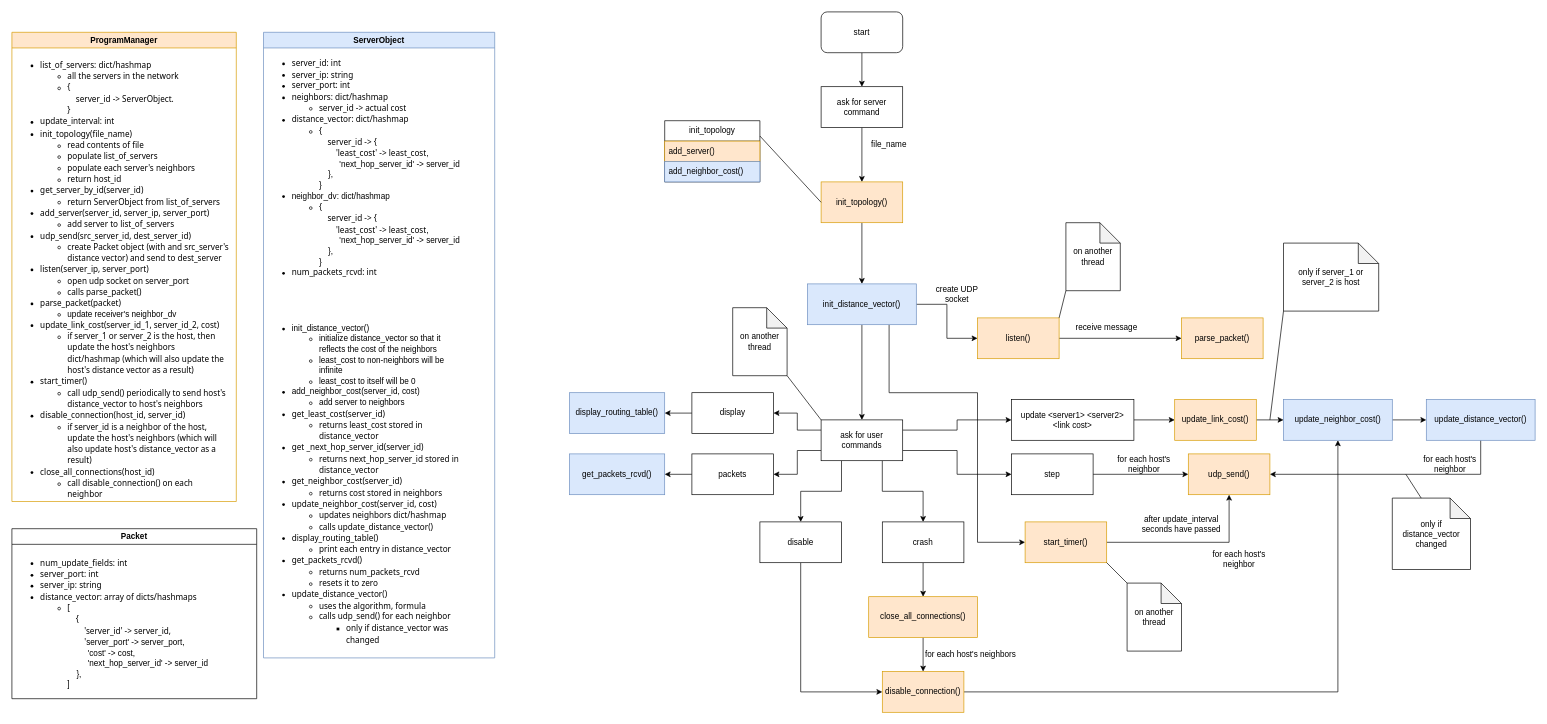
This is pa2.drawio from ntrllog/Distance-Vector-Routing, a draw.io file, before an edit. Source tidied: cells renumbered, new cells numbered last; positions are measured from the earlier drawing's top-left corner, leaving out a move shared by most shapes. Both pictures are drawn from the tidied source at 68%, with x=0, y=0 at pixel (12, 12).
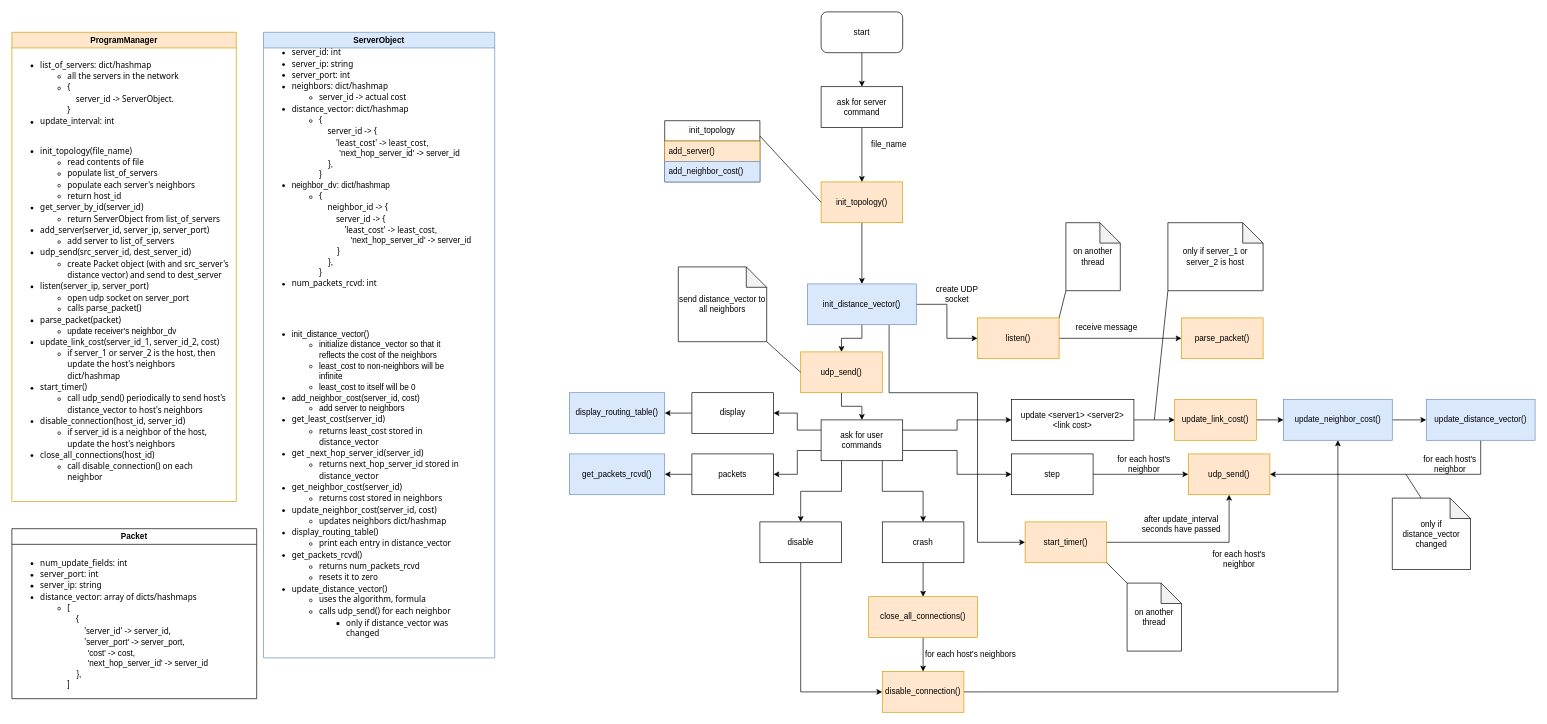
After the change.

Commit message (it also covers changes not shown here):
update diagram (ask for user input on main thread, send distance vector to neighbors, don't call update_distance_vector() inside update_neighbor_cost())

The change refers to these unchanged cells:
```xml
<mxCell id="2" value="ProgramManager" style="swimlane;whiteSpace=wrap;html=1;fillColor=#ffe6cc;strokeColor=#d79b00;" parent="1" vertex="1">
  <mxGeometry y="30" width="330" height="690" as="geometry" />
</mxCell>
<mxCell id="5" value="ServerObject" style="swimlane;whiteSpace=wrap;html=1;fillColor=#dae8fc;strokeColor=#6c8ebf;" parent="1" vertex="1">
  <mxGeometry x="370" y="30" width="340" height="920" as="geometry" />
</mxCell>
<mxCell id="17" value="init_distance_vector()" style="rounded=0;whiteSpace=wrap;html=1;fillColor=#dae8fc;strokeColor=#6c8ebf;" parent="1" vertex="1">
  <mxGeometry x="1170" y="400" width="160" height="60" as="geometry" />
</mxCell>
<mxCell id="28" value="ask for user commands" style="rounded=0;whiteSpace=wrap;html=1;" parent="1" vertex="1">
  <mxGeometry x="1190" y="600" width="120" height="60" as="geometry" />
</mxCell>
```

The edit, as a diff of the source:
```diff
@@
-    <mxCell id="4" value="&lt;p style=&quot;line-height: 130%;&quot;&gt;&lt;/p&gt;&lt;div align=&quot;left&quot;&gt;&lt;ul style=&quot;line-height: 130%;&quot;&gt;&lt;li&gt;&lt;font face=&quot;Tahoma&quot;&gt;init_topology(file_name)&lt;br&gt;&lt;/font&gt;&lt;/li&gt;&lt;ul style=&quot;line-height: 130%;&quot;&gt;&lt;li style=&quot;border-color: var(--border-color);&quot;&gt;&lt;font style=&quot;border-color: var(--border-color);&quot; face=&quot;Tahoma&quot;&gt;read contents of file&lt;/font&gt;&lt;/li&gt;&lt;li&gt;&lt;font face=&quot;Tahoma&quot;&gt;populate list_of_servers&lt;/font&gt;&lt;/li&gt;&lt;li&gt;&lt;font face=&quot;Tahoma&quot;&gt;populate each server's neighbors&lt;/font&gt;&lt;/li&gt;&lt;li&gt;&lt;font face=&quot;Tahoma&quot;&gt;return host_id&lt;/font&gt;&lt;/li&gt;&lt;/ul&gt;&lt;li&gt;&lt;font face=&quot;Tahoma&quot;&gt;get_server_by_id(server_id)&lt;/font&gt;&lt;/li&gt;&lt;ul&gt;&lt;li&gt;&lt;font face=&quot;Tahoma&quot;&gt;return ServerObject from list_of_servers&lt;/font&gt;&lt;/li&gt;&lt;/ul&gt;&lt;li&gt;&lt;font face=&quot;Tahoma&quot;&gt;add_server(server_id, server_ip, server_port)&lt;/font&gt;&lt;/li&gt;&lt;ul&gt;&lt;li&gt;&lt;font face=&quot;Tahoma&quot;&gt;add server to list_of_servers&lt;/font&gt;&lt;/li&gt;&lt;/ul&gt;&lt;li&gt;&lt;font face=&quot;Tahoma&quot;&gt;udp_send(src_server_id, dest_server_id)&lt;/font&gt;&lt;/li&gt;&lt;ul&gt;&lt;li&gt;&lt;font face=&quot;Tahoma&quot;&gt;create Packet object (with and src_server's distance vector) and send to dest_server&lt;/font&gt;&lt;/li&gt;&lt;/ul&gt;&lt;li&gt;&lt;font face=&quot;Tahoma&quot;&gt;listen(server_ip, server_port)&lt;/font&gt;&lt;/li&gt;&lt;ul&gt;&lt;li&gt;&lt;font face=&quot;Tahoma&quot;&gt;open udp socket on server_port&lt;/font&gt;&lt;/li&gt;&lt;li&gt;&lt;font face=&quot;Tahoma&quot;&gt;calls parse_packet()&lt;/font&gt;&lt;/li&gt;&lt;/ul&gt;&lt;li&gt;&lt;font face=&quot;Tahoma&quot;&gt;parse_packet(packet)&lt;/font&gt;&lt;/li&gt;&lt;ul&gt;&lt;li&gt;update receiver's neighbor_dv&lt;/li&gt;&lt;/ul&gt;&lt;li&gt;&lt;font face=&quot;Tahoma&quot;&gt;update_link_cost(server_id_1, server_id_2, cost)&lt;/font&gt;&lt;/li&gt;&lt;ul&gt;&lt;li&gt;&lt;font face=&quot;Tahoma&quot;&gt;if server_1 or server_2 is the host, then update the host's neighbors dict/hashmap (which will also update the host's distance vector as a result)&lt;/font&gt;&lt;/li&gt;&lt;/ul&gt;&lt;li&gt;&lt;font face=&quot;Tahoma&quot;&gt;start_timer()&lt;/font&gt;&lt;/li&gt;&lt;ul&gt;&lt;li&gt;&lt;font face=&quot;Tahoma&quot;&gt;call udp_send() periodically to send host's distance_vector to host's neighbors&lt;/font&gt;&lt;/li&gt;&lt;/ul&gt;&lt;li&gt;&lt;font face=&quot;Tahoma&quot;&gt;disable_connection(host_id, server_id)&lt;/font&gt;&lt;/li&gt;&lt;ul&gt;&lt;li&gt;&lt;font face=&quot;Tahoma&quot;&gt;if server_id is a neighbor of the host, update the host's neighbors (which will also update host's distance_vector as a result)&lt;/font&gt;&lt;/li&gt;&lt;/ul&gt;&lt;li&gt;&lt;font face=&quot;Tahoma&quot;&gt;close_all_connections(host_id)&lt;/font&gt;&lt;/li&gt;&lt;ul&gt;&lt;li&gt;&lt;font face=&quot;Tahoma&quot;&gt;call disable_connection() on each neighbor&lt;/font&gt;&lt;/li&gt;&lt;/ul&gt;&lt;/ul&gt;&lt;/div&gt;&lt;p&gt;&lt;/p&gt;" style="text;html=1;strokeColor=none;fillColor=none;align=left;verticalAlign=middle;whiteSpace=wrap;rounded=0;" parent="2" vertex="1">
+    <mxCell id="4" value="&lt;p style=&quot;line-height: 130%;&quot;&gt;&lt;/p&gt;&lt;div align=&quot;left&quot;&gt;&lt;ul style=&quot;line-height: 130%;&quot;&gt;&lt;li&gt;&lt;font face=&quot;Tahoma&quot;&gt;init_topology(file_name)&lt;br&gt;&lt;/font&gt;&lt;/li&gt;&lt;ul style=&quot;line-height: 130%;&quot;&gt;&lt;li style=&quot;border-color: var(--border-color);&quot;&gt;&lt;font style=&quot;border-color: var(--border-color);&quot; face=&quot;Tahoma&quot;&gt;read contents of file&lt;/font&gt;&lt;/li&gt;&lt;li&gt;&lt;font face=&quot;Tahoma&quot;&gt;populate list_of_servers&lt;/font&gt;&lt;/li&gt;&lt;li&gt;&lt;font face=&quot;Tahoma&quot;&gt;populate each server's neighbors&lt;/font&gt;&lt;/li&gt;&lt;li&gt;&lt;font face=&quot;Tahoma&quot;&gt;return host_id&lt;/font&gt;&lt;/li&gt;&lt;/ul&gt;&lt;li&gt;&lt;font face=&quot;Tahoma&quot;&gt;get_server_by_id(server_id)&lt;/font&gt;&lt;/li&gt;&lt;ul&gt;&lt;li&gt;&lt;font face=&quot;Tahoma&quot;&gt;return ServerObject from list_of_servers&lt;/font&gt;&lt;/li&gt;&lt;/ul&gt;&lt;li&gt;&lt;font face=&quot;Tahoma&quot;&gt;add_server(server_id, server_ip, server_port)&lt;/font&gt;&lt;/li&gt;&lt;ul&gt;&lt;li&gt;&lt;font face=&quot;Tahoma&quot;&gt;add server to list_of_servers&lt;/font&gt;&lt;/li&gt;&lt;/ul&gt;&lt;li&gt;&lt;font face=&quot;Tahoma&quot;&gt;udp_send(src_server_id, dest_server_id)&lt;/font&gt;&lt;/li&gt;&lt;ul&gt;&lt;li&gt;&lt;font face=&quot;Tahoma&quot;&gt;create Packet object (with and src_server's distance vector) and send to dest_server&lt;/font&gt;&lt;/li&gt;&lt;/ul&gt;&lt;li&gt;&lt;font face=&quot;Tahoma&quot;&gt;listen(server_ip, server_port)&lt;/font&gt;&lt;/li&gt;&lt;ul&gt;&lt;li&gt;&lt;font face=&quot;Tahoma&quot;&gt;open udp socket on server_port&lt;/font&gt;&lt;/li&gt;&lt;li&gt;&lt;font face=&quot;Tahoma&quot;&gt;calls parse_packet()&lt;/font&gt;&lt;/li&gt;&lt;/ul&gt;&lt;li&gt;&lt;font face=&quot;Tahoma&quot;&gt;parse_packet(packet)&lt;/font&gt;&lt;/li&gt;&lt;ul&gt;&lt;li&gt;update receiver's neighbor_dv&lt;/li&gt;&lt;/ul&gt;&lt;li&gt;&lt;font face=&quot;Tahoma&quot;&gt;update_link_cost(server_id_1, server_id_2, cost)&lt;/font&gt;&lt;/li&gt;&lt;ul&gt;&lt;li&gt;&lt;font face=&quot;Tahoma&quot;&gt;if server_1 or server_2 is the host, then update the host's neighbors dict/hashmap&lt;/font&gt;&lt;/li&gt;&lt;/ul&gt;&lt;li&gt;&lt;font face=&quot;Tahoma&quot;&gt;start_timer()&lt;/font&gt;&lt;/li&gt;&lt;ul&gt;&lt;li&gt;&lt;font face=&quot;Tahoma&quot;&gt;call udp_send() periodically to send host's distance_vector to host's neighbors&lt;/font&gt;&lt;/li&gt;&lt;/ul&gt;&lt;li&gt;&lt;font face=&quot;Tahoma&quot;&gt;disable_connection(host_id, server_id)&lt;/font&gt;&lt;/li&gt;&lt;ul&gt;&lt;li&gt;&lt;font face=&quot;Tahoma&quot;&gt;if server_id is a neighbor of the host, update the host's neighbors&lt;/font&gt;&lt;/li&gt;&lt;/ul&gt;&lt;li&gt;&lt;font face=&quot;Tahoma&quot;&gt;close_all_connections(host_id)&lt;/font&gt;&lt;/li&gt;&lt;ul&gt;&lt;li&gt;&lt;font face=&quot;Tahoma&quot;&gt;call disable_connection() on each neighbor&lt;/font&gt;&lt;/li&gt;&lt;/ul&gt;&lt;/ul&gt;&lt;/div&gt;&lt;p&gt;&lt;/p&gt;" style="text;html=1;strokeColor=none;fillColor=none;align=left;verticalAlign=middle;whiteSpace=wrap;rounded=0;" parent="2" vertex="1">
       <mxGeometry y="150" width="320" height="530" as="geometry" />
     </mxCell>
@@
-    <mxCell id="6" value="&lt;p style=&quot;line-height: 120%;&quot;&gt;&lt;/p&gt;&lt;div align=&quot;left&quot;&gt;&lt;ul style=&quot;line-height: 130%;&quot;&gt;&lt;li&gt;&lt;font face=&quot;Tahoma&quot;&gt;server_id: int&lt;/font&gt;&lt;/li&gt;&lt;li&gt;&lt;font face=&quot;Tahoma&quot;&gt;server_ip: string&lt;/font&gt;&lt;/li&gt;&lt;li&gt;&lt;font face=&quot;Tahoma&quot;&gt;server_port: int&lt;/font&gt;&lt;/li&gt;&lt;li&gt;&lt;font face=&quot;Tahoma&quot;&gt;neighbors: dict/hashmap&lt;/font&gt;&lt;/li&gt;&lt;ul style=&quot;line-height: 130%;&quot;&gt;&lt;li&gt;&lt;font face=&quot;Tahoma&quot;&gt;server_id -&amp;gt; actual cost&lt;/font&gt;&lt;/li&gt;&lt;/ul&gt;&lt;li&gt;&lt;font face=&quot;Tahoma&quot;&gt;distance_vector: dict/hashmap&lt;/font&gt;&lt;/li&gt;&lt;ul style=&quot;line-height: 130%;&quot;&gt;&lt;li&gt;&lt;font face=&quot;Tahoma&quot;&gt;{&lt;br&gt;&amp;nbsp; &amp;nbsp; server_id -&amp;gt; {&lt;br&gt;&amp;nbsp; &amp;nbsp; &amp;nbsp; &amp;nbsp; 'least_cost' -&amp;gt; least_cost&lt;/font&gt;,&lt;br&gt;&amp;nbsp; &amp;nbsp; &amp;nbsp; &amp;nbsp; &amp;nbsp;'next_hop_server_id' -&amp;gt; server_id&lt;br&gt;&amp;nbsp; &amp;nbsp; },&lt;br&gt;}&lt;/li&gt;&lt;/ul&gt;&lt;li&gt;neighbor_dv: dict/hashmap&lt;/li&gt;&lt;ul&gt;&lt;li style=&quot;border-color: var(--border-color);&quot;&gt;&lt;font style=&quot;border-color: var(--border-color);&quot; face=&quot;Tahoma&quot;&gt;{&lt;br style=&quot;border-color: var(--border-color);&quot;&gt;&amp;nbsp; &amp;nbsp; server_id -&amp;gt; {&lt;br style=&quot;border-color: var(--border-color);&quot;&gt;&amp;nbsp; &amp;nbsp; &amp;nbsp; &amp;nbsp; 'least_cost' -&amp;gt; least_cost&lt;/font&gt;,&lt;br style=&quot;border-color: var(--border-color);&quot;&gt;&amp;nbsp; &amp;nbsp; &amp;nbsp; &amp;nbsp; &amp;nbsp;'next_hop_server_id' -&amp;gt; server_id&lt;br style=&quot;border-color: var(--border-color);&quot;&gt;&amp;nbsp; &amp;nbsp; },&lt;br style=&quot;border-color: var(--border-color);&quot;&gt;}&lt;/li&gt;&lt;/ul&gt;&lt;li&gt;&lt;font face=&quot;Tahoma&quot;&gt;num_packets_rcvd: int&lt;/font&gt;&lt;/li&gt;&lt;/ul&gt;&lt;/div&gt;&lt;p&gt;&lt;/p&gt;" style="text;html=1;strokeColor=none;fillColor=none;align=left;verticalAlign=middle;whiteSpace=wrap;rounded=0;" parent="5" vertex="1">
+    <mxCell id="6" value="&lt;p style=&quot;line-height: 120%;&quot;&gt;&lt;/p&gt;&lt;div align=&quot;left&quot;&gt;&lt;ul style=&quot;line-height: 130%;&quot;&gt;&lt;li&gt;&lt;font face=&quot;Tahoma&quot;&gt;server_id: int&lt;/font&gt;&lt;/li&gt;&lt;li&gt;&lt;font face=&quot;Tahoma&quot;&gt;server_ip: string&lt;/font&gt;&lt;/li&gt;&lt;li&gt;&lt;font face=&quot;Tahoma&quot;&gt;server_port: int&lt;/font&gt;&lt;/li&gt;&lt;li&gt;&lt;font face=&quot;Tahoma&quot;&gt;neighbors: dict/hashmap&lt;/font&gt;&lt;/li&gt;&lt;ul style=&quot;line-height: 130%;&quot;&gt;&lt;li&gt;&lt;font face=&quot;Tahoma&quot;&gt;server_id -&amp;gt; actual cost&lt;/font&gt;&lt;/li&gt;&lt;/ul&gt;&lt;li&gt;&lt;font face=&quot;Tahoma&quot;&gt;distance_vector: dict/hashmap&lt;/font&gt;&lt;/li&gt;&lt;ul style=&quot;line-height: 130%;&quot;&gt;&lt;li&gt;&lt;font face=&quot;Tahoma&quot;&gt;{&lt;br&gt;&amp;nbsp; &amp;nbsp; server_id -&amp;gt; {&lt;br&gt;&amp;nbsp; &amp;nbsp; &amp;nbsp; &amp;nbsp; 'least_cost' -&amp;gt; least_cost&lt;/font&gt;,&lt;br&gt;&amp;nbsp; &amp;nbsp; &amp;nbsp; &amp;nbsp; &amp;nbsp;'next_hop_server_id' -&amp;gt; server_id&lt;br&gt;&amp;nbsp; &amp;nbsp; },&lt;br&gt;}&lt;/li&gt;&lt;/ul&gt;&lt;li&gt;neighbor_dv: dict/hashmap&lt;/li&gt;&lt;ul&gt;&lt;li style=&quot;border-color: var(--border-color);&quot;&gt;&lt;font style=&quot;border-color: var(--border-color);&quot; face=&quot;Tahoma&quot;&gt;{&lt;br style=&quot;border-color: var(--border-color);&quot;&gt;&amp;nbsp; &amp;nbsp; neighbor_id -&amp;gt; {&lt;br&gt;&amp;nbsp; &amp;nbsp; &amp;nbsp; &amp;nbsp; server_id -&amp;gt; {&lt;br style=&quot;border-color: var(--border-color);&quot;&gt;&amp;nbsp; &amp;nbsp; &amp;nbsp; &amp;nbsp; &amp;nbsp; &amp;nbsp; 'least_cost' -&amp;gt; least_cost&lt;/font&gt;,&lt;br style=&quot;border-color: var(--border-color);&quot;&gt;&amp;nbsp; &amp;nbsp; &amp;nbsp; &amp;nbsp; &amp;nbsp; &amp;nbsp; &amp;nbsp; 'next_hop_server_id' -&amp;gt; server_id&lt;br&gt;&amp;nbsp; &amp;nbsp; &amp;nbsp; &amp;nbsp; }&lt;br style=&quot;border-color: var(--border-color);&quot;&gt;&amp;nbsp; &amp;nbsp; },&lt;br style=&quot;border-color: var(--border-color);&quot;&gt;}&lt;/li&gt;&lt;/ul&gt;&lt;li&gt;&lt;font face=&quot;Tahoma&quot;&gt;num_packets_rcvd: int&lt;/font&gt;&lt;/li&gt;&lt;/ul&gt;&lt;/div&gt;&lt;p&gt;&lt;/p&gt;" style="text;html=1;strokeColor=none;fillColor=none;align=left;verticalAlign=middle;whiteSpace=wrap;rounded=0;" parent="5" vertex="1">
       <mxGeometry y="30" width="340" height="340" as="geometry" />
     </mxCell>
-    <mxCell id="7" value="&lt;p style=&quot;line-height: 100%;&quot;&gt;&lt;/p&gt;&lt;div style=&quot;line-height: 130%;&quot; align=&quot;left&quot;&gt;&lt;ul style=&quot;line-height: 130%;&quot;&gt;&lt;li&gt;init_distance_vector()&lt;/li&gt;&lt;ul&gt;&lt;li&gt;initialize distance_vector so that it reflects the cost of the neighbors&lt;/li&gt;&lt;li&gt;least_cost to non-neighbors will be infinite&lt;/li&gt;&lt;li&gt;least_cost to itself will be 0&lt;/li&gt;&lt;/ul&gt;&lt;li&gt;add_neighbor_cost(server_id, cost)&lt;/li&gt;&lt;ul&gt;&lt;li&gt;add server to neighbors&lt;/li&gt;&lt;/ul&gt;&lt;li&gt;&lt;font face=&quot;Tahoma&quot;&gt;get_least_cost(server_id)&lt;/font&gt;&lt;/li&gt;&lt;ul style=&quot;line-height: 130%;&quot;&gt;&lt;li&gt;&lt;font face=&quot;Tahoma&quot;&gt;returns least_cost stored in distance_vector&lt;/font&gt;&lt;/li&gt;&lt;/ul&gt;&lt;li&gt;&lt;font face=&quot;Tahoma&quot;&gt;get _next_hop_server_id(server_id)&lt;/font&gt;&lt;/li&gt;&lt;ul&gt;&lt;li style=&quot;border-color: var(--border-color);&quot;&gt;&lt;font style=&quot;border-color: var(--border-color);&quot; face=&quot;Tahoma&quot;&gt;returns next_hop_server_id stored in distance_vector&lt;/font&gt;&lt;/li&gt;&lt;/ul&gt;&lt;li&gt;&lt;font face=&quot;Tahoma&quot;&gt;get_neighbor_cost(server_id)&lt;/font&gt;&lt;/li&gt;&lt;ul&gt;&lt;li&gt;&lt;font face=&quot;Tahoma&quot;&gt;returns cost stored in neighbors&lt;/font&gt;&lt;/li&gt;&lt;/ul&gt;&lt;li&gt;&lt;font face=&quot;Tahoma&quot;&gt;update_neighbor_cost(server_id, cost)&lt;/font&gt;&lt;/li&gt;&lt;ul&gt;&lt;li&gt;&lt;font face=&quot;Tahoma&quot;&gt;updates neighbors dict/hashmap&lt;br&gt;&lt;/font&gt;&lt;/li&gt;&lt;li&gt;&lt;font face=&quot;Tahoma&quot;&gt;calls update_distance_vector()&lt;/font&gt;&lt;/li&gt;&lt;/ul&gt;&lt;li&gt;&lt;font face=&quot;Tahoma&quot;&gt;display_routing_table()&lt;/font&gt;&lt;/li&gt;&lt;ul&gt;&lt;li&gt;&lt;font face=&quot;Tahoma&quot;&gt;print each entry in distance_vector&lt;/font&gt;&lt;/li&gt;&lt;/ul&gt;&lt;li&gt;&lt;font face=&quot;Tahoma&quot;&gt;get_packets_rcvd()&lt;/font&gt;&lt;/li&gt;&lt;ul&gt;&lt;li&gt;&lt;font face=&quot;Tahoma&quot;&gt;returns num_packets_rcvd&lt;/font&gt;&lt;/li&gt;&lt;li&gt;&lt;font face=&quot;Tahoma&quot;&gt;resets it to zero&lt;/font&gt;&lt;/li&gt;&lt;/ul&gt;&lt;li&gt;&lt;font face=&quot;Tahoma&quot;&gt;update_distance_vector()&lt;/font&gt;&lt;/li&gt;&lt;ul&gt;&lt;li&gt;&lt;font face=&quot;Tahoma&quot;&gt;uses the algorithm, formula&lt;/font&gt;&lt;/li&gt;&lt;li&gt;&lt;font face=&quot;Tahoma&quot;&gt;calls udp_send() for each neighbor&lt;/font&gt;&lt;/li&gt;&lt;ul&gt;&lt;li&gt;&lt;font face=&quot;Tahoma&quot;&gt;only if distance_vector was changed&lt;/font&gt;&lt;/li&gt;&lt;/ul&gt;&lt;/ul&gt;&lt;/ul&gt;&lt;/div&gt;&lt;p&gt;&lt;/p&gt;" style="text;html=1;strokeColor=none;fillColor=none;align=left;verticalAlign=middle;whiteSpace=wrap;rounded=0;" parent="5" vertex="1">
+    <mxCell id="7" value="&lt;p style=&quot;line-height: 100%;&quot;&gt;&lt;/p&gt;&lt;div style=&quot;line-height: 130%;&quot; align=&quot;left&quot;&gt;&lt;ul style=&quot;line-height: 130%;&quot;&gt;&lt;li&gt;init_distance_vector()&lt;/li&gt;&lt;ul&gt;&lt;li&gt;initialize distance_vector so that it reflects the cost of the neighbors&lt;/li&gt;&lt;li&gt;least_cost to non-neighbors will be infinite&lt;/li&gt;&lt;li&gt;least_cost to itself will be 0&lt;/li&gt;&lt;/ul&gt;&lt;li&gt;add_neighbor_cost(server_id, cost)&lt;/li&gt;&lt;ul&gt;&lt;li&gt;add server to neighbors&lt;/li&gt;&lt;/ul&gt;&lt;li&gt;&lt;font face=&quot;Tahoma&quot;&gt;get_least_cost(server_id)&lt;/font&gt;&lt;/li&gt;&lt;ul style=&quot;line-height: 130%;&quot;&gt;&lt;li&gt;&lt;font face=&quot;Tahoma&quot;&gt;returns least_cost stored in distance_vector&lt;/font&gt;&lt;/li&gt;&lt;/ul&gt;&lt;li&gt;&lt;font face=&quot;Tahoma&quot;&gt;get _next_hop_server_id(server_id)&lt;/font&gt;&lt;/li&gt;&lt;ul&gt;&lt;li style=&quot;border-color: var(--border-color);&quot;&gt;&lt;font style=&quot;border-color: var(--border-color);&quot; face=&quot;Tahoma&quot;&gt;returns next_hop_server_id stored in distance_vector&lt;/font&gt;&lt;/li&gt;&lt;/ul&gt;&lt;li&gt;&lt;font face=&quot;Tahoma&quot;&gt;get_neighbor_cost(server_id)&lt;/font&gt;&lt;/li&gt;&lt;ul&gt;&lt;li&gt;&lt;font face=&quot;Tahoma&quot;&gt;returns cost stored in neighbors&lt;/font&gt;&lt;/li&gt;&lt;/ul&gt;&lt;li&gt;&lt;font face=&quot;Tahoma&quot;&gt;update_neighbor_cost(server_id, cost)&lt;/font&gt;&lt;/li&gt;&lt;ul&gt;&lt;li&gt;&lt;font face=&quot;Tahoma&quot;&gt;updates neighbors dict/hashmap&lt;/font&gt;&lt;/li&gt;&lt;/ul&gt;&lt;li&gt;&lt;font face=&quot;Tahoma&quot;&gt;display_routing_table()&lt;/font&gt;&lt;/li&gt;&lt;ul&gt;&lt;li&gt;&lt;font face=&quot;Tahoma&quot;&gt;print each entry in distance_vector&lt;/font&gt;&lt;/li&gt;&lt;/ul&gt;&lt;li&gt;&lt;font face=&quot;Tahoma&quot;&gt;get_packets_rcvd()&lt;/font&gt;&lt;/li&gt;&lt;ul&gt;&lt;li&gt;&lt;font face=&quot;Tahoma&quot;&gt;returns num_packets_rcvd&lt;/font&gt;&lt;/li&gt;&lt;li&gt;&lt;font face=&quot;Tahoma&quot;&gt;resets it to zero&lt;/font&gt;&lt;/li&gt;&lt;/ul&gt;&lt;li&gt;&lt;font face=&quot;Tahoma&quot;&gt;update_distance_vector()&lt;/font&gt;&lt;/li&gt;&lt;ul&gt;&lt;li&gt;&lt;font face=&quot;Tahoma&quot;&gt;uses the algorithm, formula&lt;/font&gt;&lt;/li&gt;&lt;li&gt;&lt;font face=&quot;Tahoma&quot;&gt;calls udp_send() for each neighbor&lt;/font&gt;&lt;/li&gt;&lt;ul&gt;&lt;li&gt;&lt;font face=&quot;Tahoma&quot;&gt;only if distance_vector was changed&lt;/font&gt;&lt;/li&gt;&lt;/ul&gt;&lt;/ul&gt;&lt;/ul&gt;&lt;/div&gt;&lt;p&gt;&lt;/p&gt;" style="text;html=1;strokeColor=none;fillColor=none;align=left;verticalAlign=middle;whiteSpace=wrap;rounded=0;" parent="5" vertex="1">
       <mxGeometry y="430" width="288" height="470" as="geometry" />
     </mxCell>
@@
-    <mxCell id="15" style="edgeStyle=orthogonalEdgeStyle;rounded=0;jettySize=auto;html=1;" parent="1" edge="1" source="17" target="28">
-      <mxGeometry relative="1" as="geometry" />
-    </mxCell>
@@
+    <mxCell id="79" style="edgeStyle=orthogonalEdgeStyle;rounded=0;jettySize=auto;html=1;entryX=0.5;entryY=0;entryDx=0;entryDy=0;" parent="1" edge="1" source="17" target="81">
+      <mxGeometry relative="1" as="geometry" />
+    </mxCell>
@@
-    <mxCell id="69" value="on another thread" style="shape=note;whiteSpace=wrap;html=1;backgroundOutline=1;darkOpacity=0.05;" parent="1" vertex="1">
-      <mxGeometry x="1060" y="435" width="80" height="100" as="geometry" />
-    </mxCell>
-    <mxCell id="70" style="endArrow=none;html=1;rounded=0;exitX=1;exitY=1;exitDx=0;exitDy=0;exitPerimeter=0;entryX=0;entryY=0;entryDx=0;entryDy=0;" parent="1" edge="1" source="69" target="28">
-      <mxGeometry relative="1" as="geometry" />
-    </mxCell>
@@
     <mxCell id="77" value="only if server_1 or server_2 is host" style="shape=note;whiteSpace=wrap;html=1;backgroundOutline=1;darkOpacity=0.05;" parent="1" vertex="1">
-      <mxGeometry x="1870" y="340" width="140" height="100" as="geometry" />
+      <mxGeometry x="1700" y="310" width="140" height="100" as="geometry" />
     </mxCell>
     <mxCell id="78" style="endArrow=none;html=1;rounded=0;entryX=0;entryY=1;entryDx=0;entryDy=0;entryPerimeter=0;" parent="1" edge="1" target="77">
       <mxGeometry relative="1" as="geometry">
-        <mxPoint x="1850" y="600" as="sourcePoint" />
+        <mxPoint x="1680" y="600" as="sourcePoint" />
       </mxGeometry>
     </mxCell>
+    <mxCell id="80" style="edgeStyle=orthogonalEdgeStyle;rounded=0;jettySize=auto;html=1;entryX=0.5;entryY=0;entryDx=0;entryDy=0;" parent="1" edge="1" source="81" target="28">
+      <mxGeometry relative="1" as="geometry" />
+    </mxCell>
+    <mxCell id="81" value="udp_send()" style="rounded=0;whiteSpace=wrap;html=1;fillColor=#ffe6cc;strokeColor=#d79b00;" parent="1" vertex="1">
+      <mxGeometry x="1160" y="500" width="120" height="60" as="geometry" />
+    </mxCell>
+    <mxCell id="82" value="send distance_vector to all neighbors" style="shape=note;whiteSpace=wrap;html=1;backgroundOutline=1;darkOpacity=0.05;" parent="1" vertex="1">
+      <mxGeometry x="980" y="375" width="130" height="110" as="geometry" />
+    </mxCell>
+    <mxCell id="83" style="endArrow=none;html=1;rounded=0;exitX=1;exitY=1;exitDx=0;exitDy=0;exitPerimeter=0;entryX=0;entryY=0.5;entryDx=0;entryDy=0;" parent="1" edge="1" source="82" target="81">
+      <mxGeometry relative="1" as="geometry" />
+    </mxCell>
```
